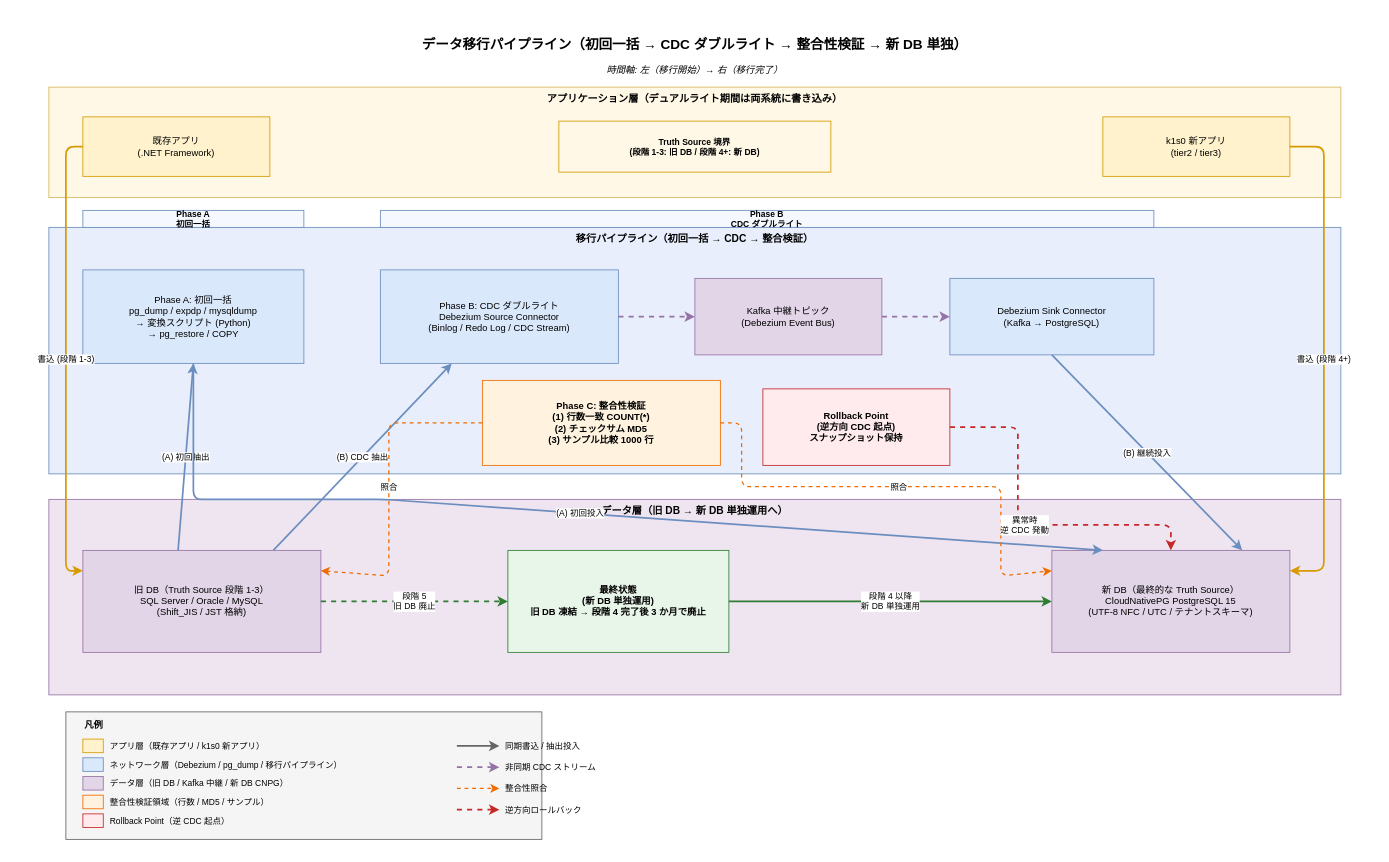
Earlier version of the draw.io diagram docs/04_概要設計/60_移行方式設計/img/data_migration_pipeline.drawio (RyuheiKiso/k1s0). Source tidied: cells renumbered, new cells numbered last; positions are measured from the earlier drawing's top-left corner, leaving out a move shared by most shapes. Both pictures are drawn from the tidied source at 85%, with x=0, y=0 at pixel (14, 14).
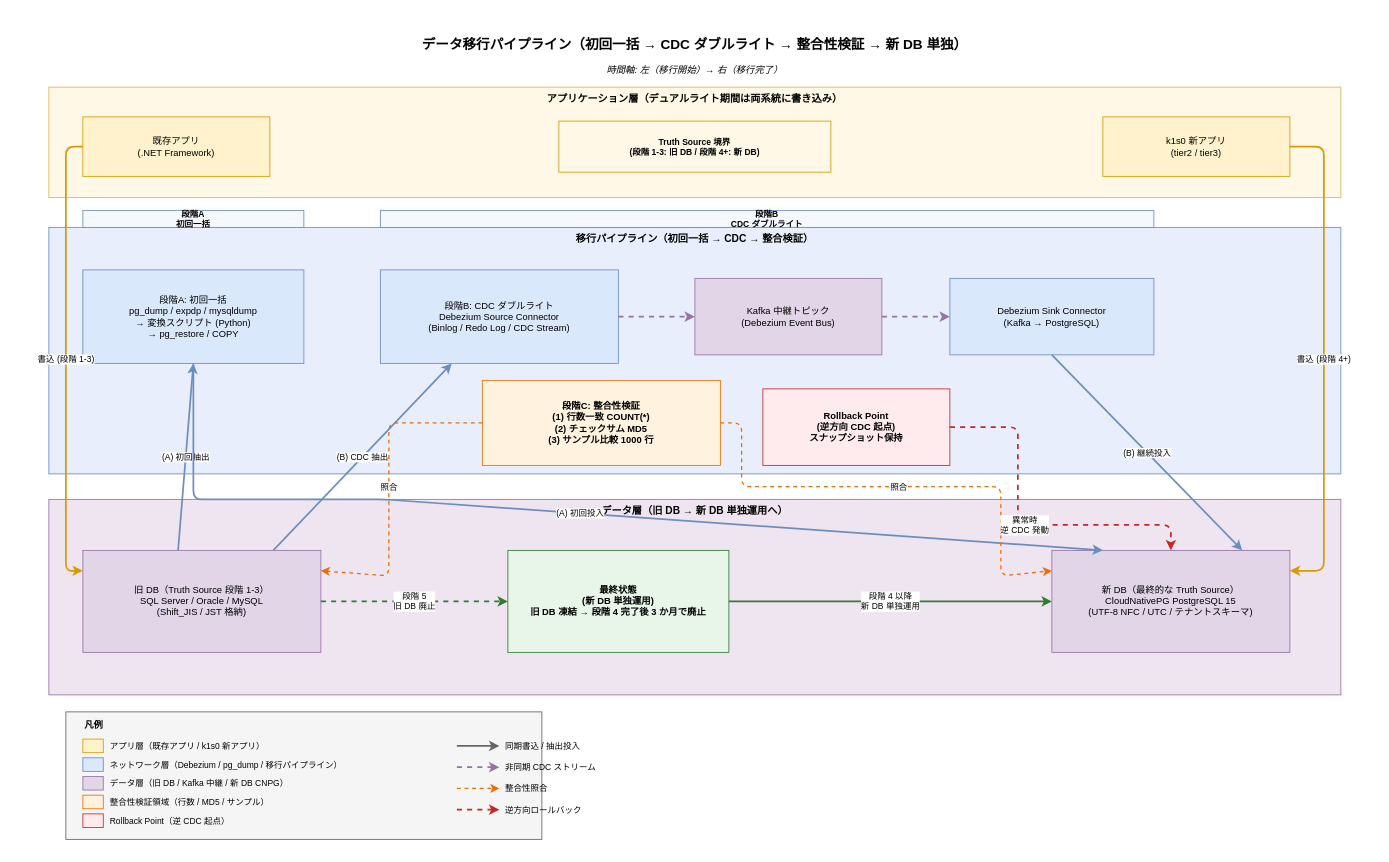
After the change.

Change to the diagram source:
```diff
@@
-    <mxCell id="10" value="Phase A: 初回一括&#10;pg_dump / expdp / mysqldump&#10;→ 変換スクリプト (Python)&#10;→ pg_restore / COPY" style="rounded=0;whiteSpace=wrap;html=1;fillColor=#dae8fc;strokeColor=#6c8ebf;fontSize=11;" parent="1" vertex="1">
+    <mxCell id="10" value="段階A: 初回一括&#10;pg_dump / expdp / mysqldump&#10;→ 変換スクリプト (Python)&#10;→ pg_restore / COPY" style="rounded=0;whiteSpace=wrap;html=1;fillColor=#dae8fc;strokeColor=#6c8ebf;fontSize=11;" parent="1" vertex="1">
       <mxGeometry x="80" y="300" width="260" height="110" as="geometry" />
     </mxCell>
-    <mxCell id="11" value="Phase B: CDC ダブルライト&#10;Debezium Source Connector&#10;(Binlog / Redo Log / CDC Stream)" style="rounded=0;whiteSpace=wrap;html=1;fillColor=#dae8fc;strokeColor=#6c8ebf;fontSize=11;" parent="1" vertex="1">
+    <mxCell id="11" value="段階B: CDC ダブルライト&#10;Debezium Source Connector&#10;(Binlog / Redo Log / CDC Stream)" style="rounded=0;whiteSpace=wrap;html=1;fillColor=#dae8fc;strokeColor=#6c8ebf;fontSize=11;" parent="1" vertex="1">
       <mxGeometry x="430" y="300" width="280" height="110" as="geometry" />
     </mxCell>
@@
-    <mxCell id="14" value="Phase C: 整合性検証&#10;(1) 行数一致 COUNT(*)&#10;(2) チェックサム MD5&#10;(3) サンプル比較 1000 行" style="rounded=0;whiteSpace=wrap;html=1;fillColor=#fff3e0;strokeColor=#ef6c00;fontSize=11;fontStyle=1;" parent="1" vertex="1">
+    <mxCell id="14" value="段階C: 整合性検証&#10;(1) 行数一致 COUNT(*)&#10;(2) チェックサム MD5&#10;(3) サンプル比較 1000 行" style="rounded=0;whiteSpace=wrap;html=1;fillColor=#fff3e0;strokeColor=#ef6c00;fontSize=11;fontStyle=1;" parent="1" vertex="1">
       <mxGeometry x="550" y="430" width="280" height="100" as="geometry" />
     </mxCell>
@@
-    <mxCell id="33" value="Phase A&#10;初回一括" style="text;html=1;strokeColor=#6c8ebf;fillColor=#f5f8ff;align=center;verticalAlign=middle;whiteSpace=wrap;fontSize=10;fontStyle=1;" parent="1" vertex="1">
-      <mxGeometry x="80" y="230" width="260" height="20" as="geometry" />
-    </mxCell>
-    <mxCell id="34" value="Phase B&#10;CDC ダブルライト" style="text;html=1;strokeColor=#6c8ebf;fillColor=#f5f8ff;align=center;verticalAlign=middle;whiteSpace=wrap;fontSize=10;fontStyle=1;" parent="1" vertex="1">
-      <mxGeometry x="430" y="230" width="910" height="20" as="geometry" />
-    </mxCell>
+    <mxCell id="55" value="段階A&#10;初回一括" style="text;html=1;strokeColor=#6c8ebf;fillColor=#f5f8ff;align=center;verticalAlign=middle;whiteSpace=wrap;fontSize=10;fontStyle=1;" parent="1" vertex="1">
+      <mxGeometry x="80" y="230" width="260" height="20" as="geometry" />
+    </mxCell>
+    <mxCell id="56" value="段階B&#10;CDC ダブルライト" style="text;html=1;strokeColor=#6c8ebf;fillColor=#f5f8ff;align=center;verticalAlign=middle;whiteSpace=wrap;fontSize=10;fontStyle=1;" parent="1" vertex="1">
+      <mxGeometry x="430" y="230" width="910" height="20" as="geometry" />
+    </mxCell>
```
